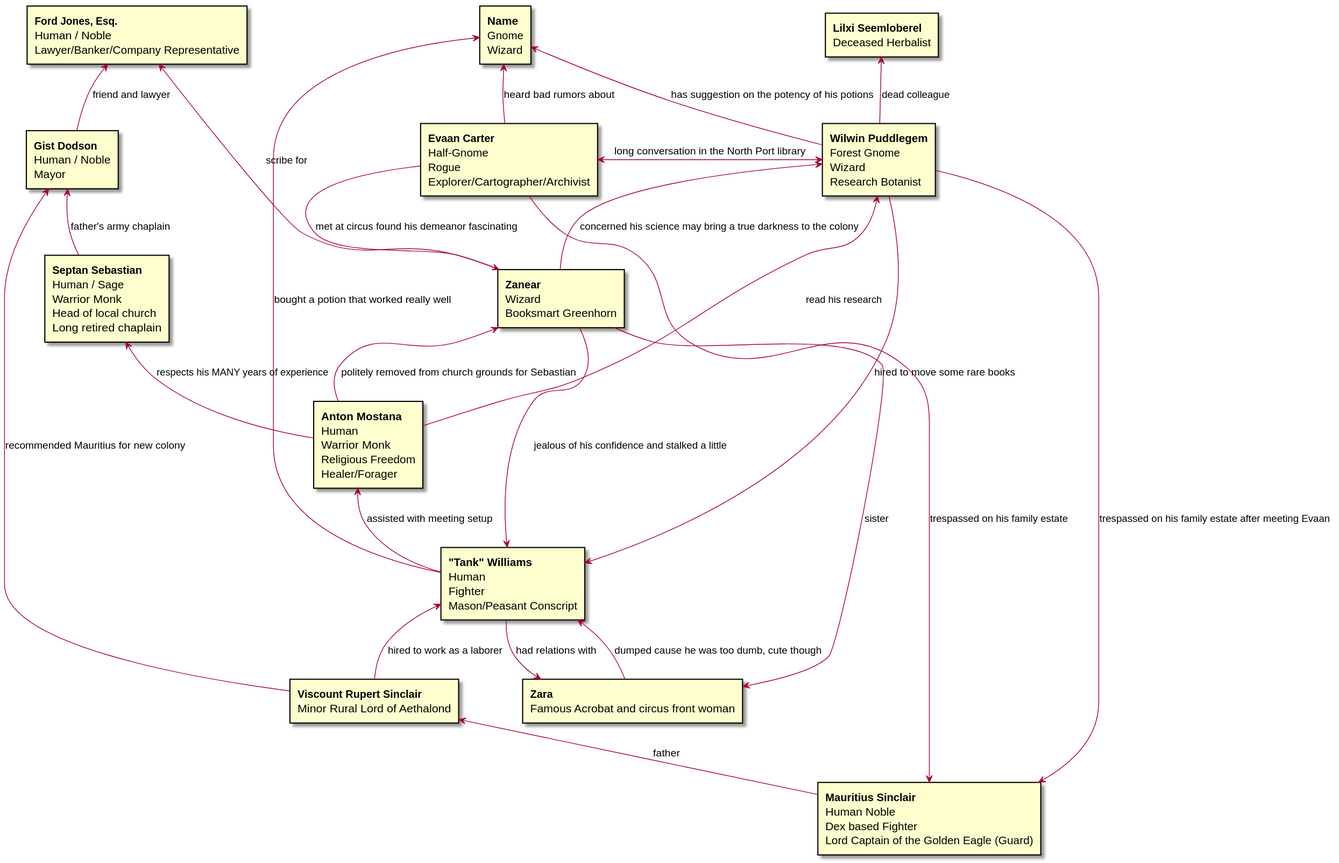
tedkotz/rpglog keeps this PlantUML diagram as dnd-5e-dodson-2026.svg. Above is the earlier version.
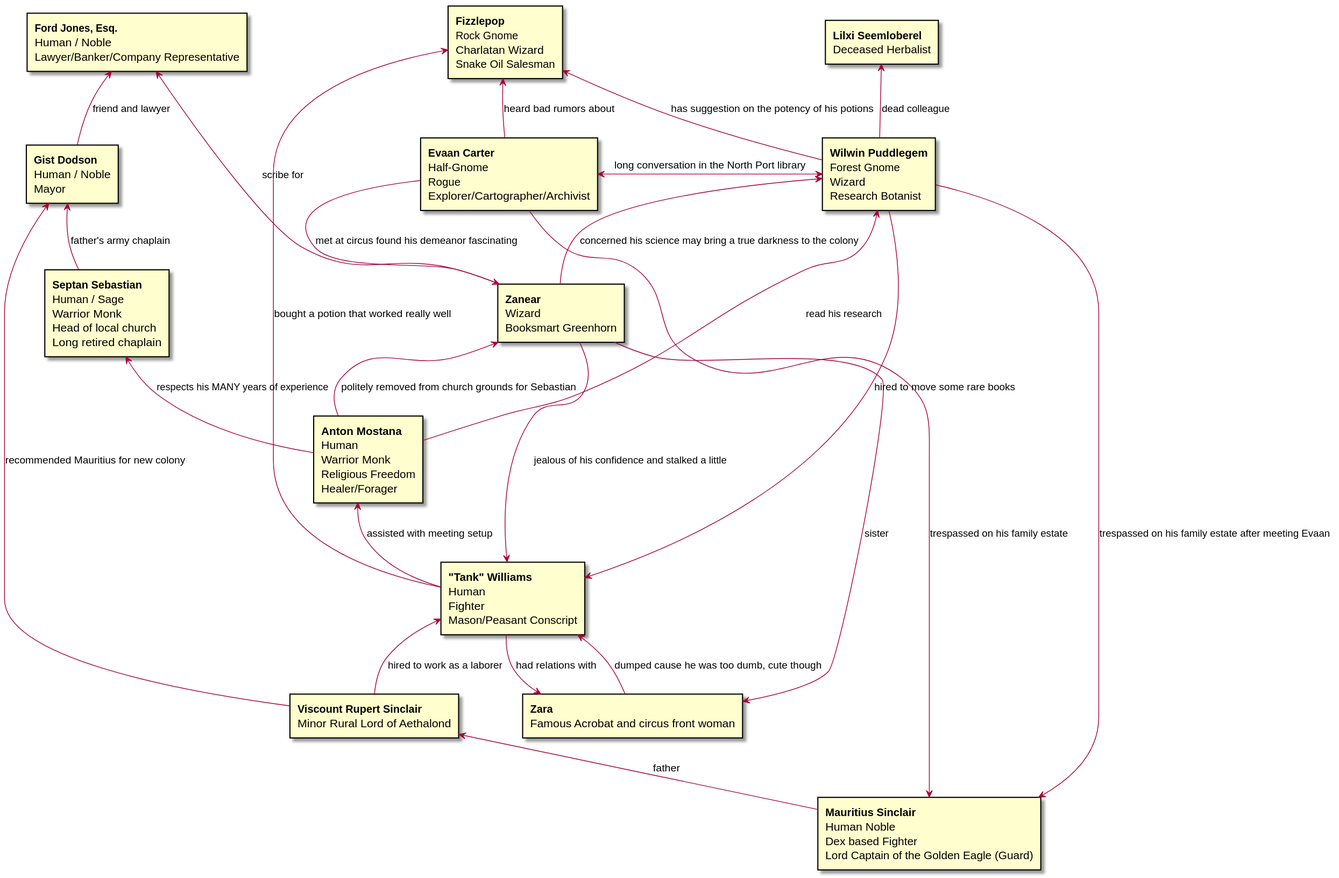
The same file after the commit.

The edit, as a diff of the source:
```diff
@@ -42,9 +42,10 @@
 ]
 
 rectangle calvin [
-**Name**
-Gnome
-Wizard
+**Fizzlepop**
+Rock Gnome
+Charlatan Wizard
+Snake Oil Salesman
 ]
 
 rectangle phil [
```
